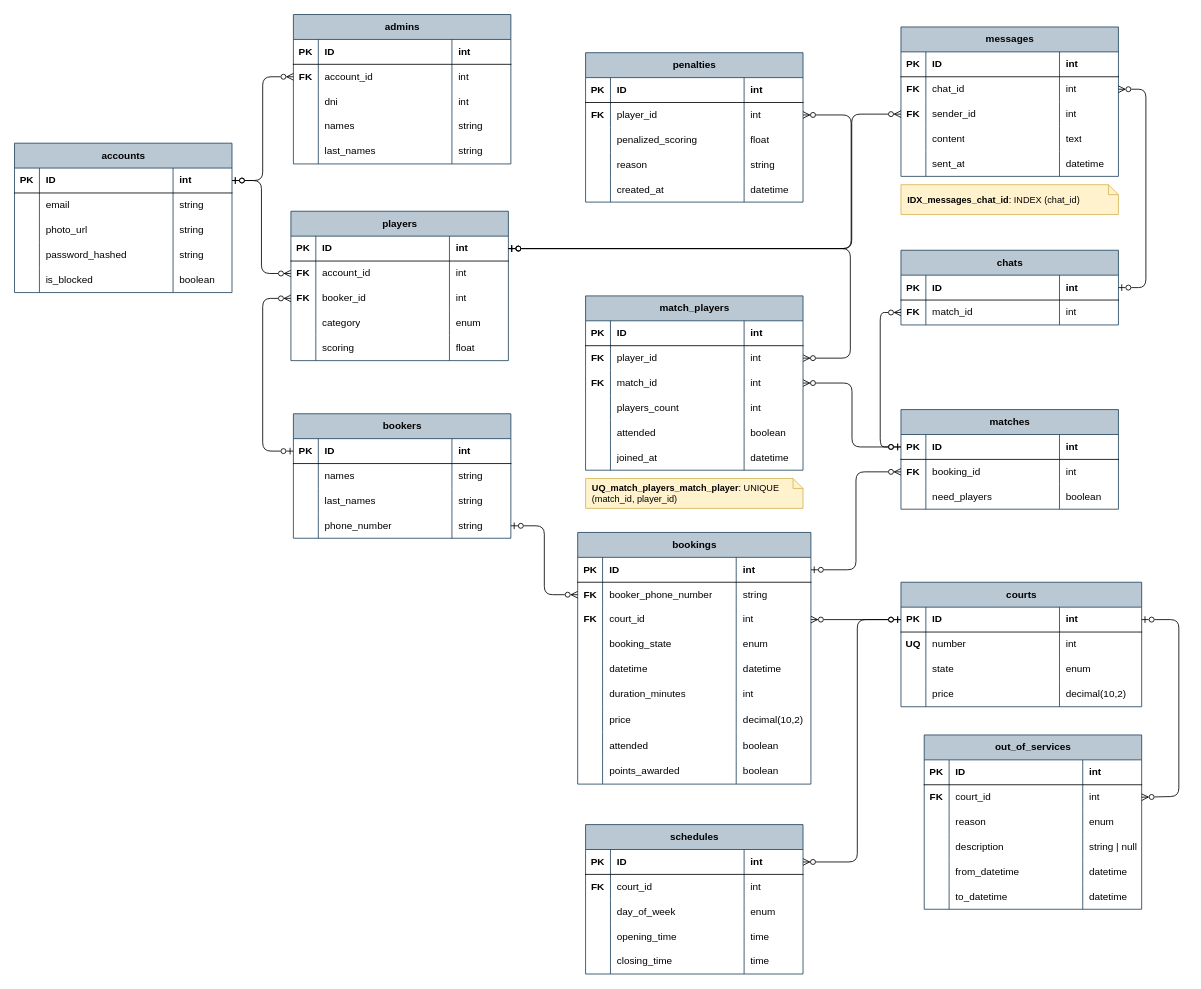
JoacoMazza/padel-quento keeps this draw.io diagram as docs/der/DER Padel Quento.drawio. Above is the earlier version. Source tidied: cells renumbered, new cells numbered last; positions are measured from the earlier drawing's top-left corner, leaving out a move shared by most shapes. Both pictures are drawn from the tidied source at 83%, with x=0, y=0 at pixel (14, 14).
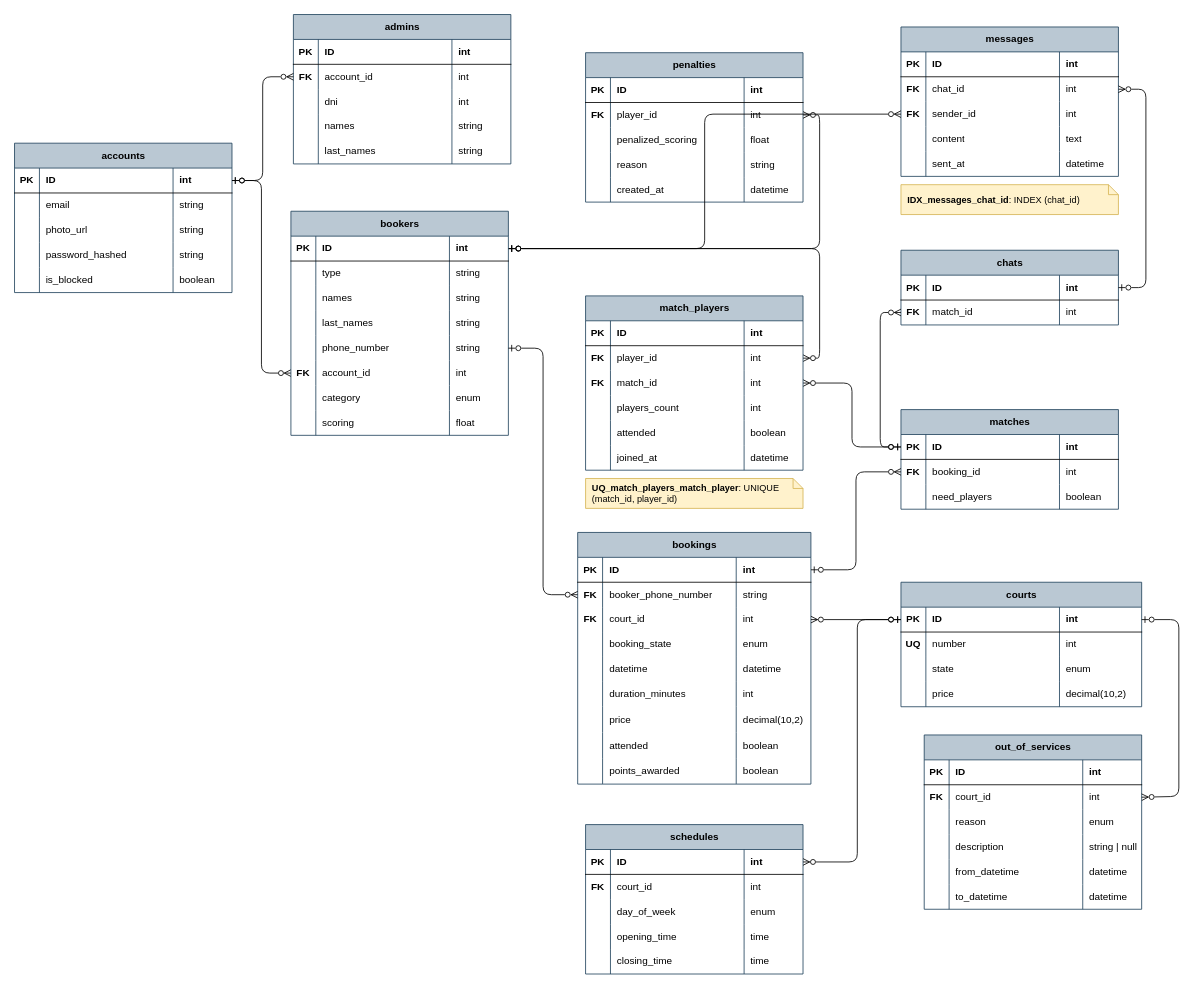
After the change.

The change refers to these unchanged cells:
```xml
<mxCell id="50" style="shape=tableRow;horizontal=0;startSize=0;swimlaneHead=0;swimlaneBody=0;fillColor=none;points=[[0,0.5],[1,0.5]];portConstraint=eastwest;top=0;left=0;right=0;bottom=0;" parent="45" vertex="1">
  <mxGeometry y="60" width="262" height="30" as="geometry" />
</mxCell>
<mxCell id="197" style="shape=tableRow;horizontal=0;startSize=0;swimlaneHead=0;swimlaneBody=0;fillColor=none;points=[[0,0.5],[1,0.5]];portConstraint=eastwest;top=0;left=0;right=0;bottom=0;" parent="188" vertex="1">
  <mxGeometry y="90" width="262" height="30" as="geometry" />
</mxCell>
<mxCell id="220" style="shape=tableRow;horizontal=0;startSize=0;swimlaneHead=0;swimlaneBody=0;fillColor=none;points=[[0,0.5],[1,0.5]];portConstraint=eastwest;top=0;left=0;right=0;bottom=1;" parent="219" vertex="1">
  <mxGeometry y="30" width="262" height="30" as="geometry" />
</mxCell>
<mxCell id="265" style="shape=tableRow;horizontal=0;startSize=0;swimlaneHead=0;swimlaneBody=0;fillColor=none;points=[[0,0.5],[1,0.5]];portConstraint=eastwest;top=0;left=0;right=0;bottom=0;" parent="260" vertex="1">
  <mxGeometry y="60" width="262" height="30" as="geometry" />
</mxCell>
```

The edit, as a diff of the source:
```diff
@@
-    <mxCell id="24" value="players" style="shape=table;startSize=30;childLayout=tableLayout;rowLines=0;fontStyle=1;align=center;html=1;fillColor=#bac8d3;strokeColor=#23445d;" parent="1" vertex="1">
-      <mxGeometry x="333" y="237" width="262" height="180" as="geometry" />
-    </mxCell>
-    <mxCell id="25" style="shape=tableRow;horizontal=0;startSize=0;swimlaneHead=0;swimlaneBody=0;fillColor=none;points=[[0,0.5],[1,0.5]];portConstraint=eastwest;top=0;left=0;right=0;bottom=1;" parent="24" vertex="1">
-      <mxGeometry y="30" width="262" height="30" as="geometry" />
-    </mxCell>
-    <mxCell id="26" value="PK" style="shape=partialRectangle;fillColor=none;top=0;left=0;bottom=0;right=0;fontStyle=1;overflow=hidden;whiteSpace=wrap;html=1;" parent="25" vertex="1">
-      <mxGeometry width="30" height="30" as="geometry" />
-    </mxCell>
-    <mxCell id="27" value="ID" style="shape=partialRectangle;fillColor=none;top=0;left=0;bottom=0;right=0;align=left;spacingLeft=6;fontStyle=1;overflow=hidden;whiteSpace=wrap;html=1;" parent="25" vertex="1">
-      <mxGeometry x="30" width="161" height="30" as="geometry" />
-    </mxCell>
-    <mxCell id="28" value="int" style="shape=partialRectangle;fillColor=none;top=0;left=0;bottom=0;right=0;align=left;spacingLeft=6;fontStyle=1;overflow=hidden;whiteSpace=wrap;html=1;" parent="25" vertex="1">
-      <mxGeometry x="191" width="71" height="30" as="geometry" />
-    </mxCell>
-    <mxCell id="29" style="shape=tableRow;horizontal=0;startSize=0;swimlaneHead=0;swimlaneBody=0;fillColor=none;points=[[0,0.5],[1,0.5]];portConstraint=eastwest;top=0;left=0;right=0;bottom=0;" parent="24" vertex="1">
-      <mxGeometry y="60" width="262" height="30" as="geometry" />
+    <mxCell id="29" style="shape=tableRow;horizontal=0;startSize=0;swimlaneHead=0;swimlaneBody=0;fillColor=none;points=[[0,0.5],[1,0.5]];portConstraint=eastwest;top=0;left=0;right=0;bottom=0;" parent="219" vertex="1">
+      <mxGeometry y="180" width="262" height="30" as="geometry" />
     </mxCell>
@@
-    <mxCell id="33" style="shape=tableRow;horizontal=0;startSize=0;swimlaneHead=0;swimlaneBody=0;fillColor=none;points=[[0,0.5],[1,0.5]];portConstraint=eastwest;top=0;left=0;right=0;bottom=0;" parent="24" vertex="1">
-      <mxGeometry y="90" width="262" height="30" as="geometry" />
-    </mxCell>
-    <mxCell id="34" value="FK" style="shape=partialRectangle;fillColor=none;top=0;left=0;bottom=0;right=0;overflow=hidden;whiteSpace=wrap;html=1;fontStyle=1;" parent="33" vertex="1">
-      <mxGeometry width="30" height="30" as="geometry" />
-    </mxCell>
-    <mxCell id="35" value="booker_id&lt;span style=&quot;white-space: pre;&quot;&gt;&#9;&lt;/span&gt;" style="shape=partialRectangle;fillColor=none;top=0;left=0;bottom=0;right=0;align=left;spacingLeft=6;overflow=hidden;whiteSpace=wrap;html=1;" parent="33" vertex="1">
-      <mxGeometry x="30" width="161" height="30" as="geometry" />
-    </mxCell>
-    <mxCell id="36" value="int" style="shape=partialRectangle;fillColor=none;top=0;left=0;bottom=0;right=0;align=left;spacingLeft=6;overflow=hidden;whiteSpace=wrap;html=1;" parent="33" vertex="1">
-      <mxGeometry x="191" width="71" height="30" as="geometry" />
-    </mxCell>
-    <mxCell id="37" style="shape=tableRow;horizontal=0;startSize=0;swimlaneHead=0;swimlaneBody=0;fillColor=none;top=0;left=0;right=0;bottom=0;" parent="24" vertex="1">
-      <mxGeometry y="120" width="262" height="30" as="geometry" />
+    <mxCell id="37" style="shape=tableRow;horizontal=0;startSize=0;swimlaneHead=0;swimlaneBody=0;fillColor=none;top=0;left=0;right=0;bottom=0;" parent="219" vertex="1">
+      <mxGeometry y="210" width="262" height="30" as="geometry" />
     </mxCell>
@@
-    <mxCell id="41" style="shape=tableRow;horizontal=0;startSize=0;swimlaneHead=0;swimlaneBody=0;fillColor=none;top=0;left=0;right=0;bottom=0;" parent="24" vertex="1">
-      <mxGeometry y="150" width="262" height="30" as="geometry" />
+    <mxCell id="41" style="shape=tableRow;horizontal=0;startSize=0;swimlaneHead=0;swimlaneBody=0;fillColor=none;top=0;left=0;right=0;bottom=0;" parent="219" vertex="1">
+      <mxGeometry y="240" width="262" height="30" as="geometry" />
     </mxCell>
@@
-    <mxCell id="211" style="edgeStyle=orthogonalEdgeStyle;rounded=1;jettySize=auto;html=1;exitX=1;exitY=0.5;exitDx=0;exitDy=0;startArrow=ERzeroToOne;startFill=0;endArrow=ERzeroToMany;endFill=0;curved=0;entryX=1;entryY=0.5;entryDx=0;entryDy=0;" parent="1" edge="1" source="25" target="265">
-      <mxGeometry relative="1" as="geometry">
-        <Array as="points">
-          <mxPoint x="1007" y="282.1" />
-          <mxPoint x="1007" y="413.9" />
-        </Array>
-      </mxGeometry>
+    <mxCell id="211" style="edgeStyle=orthogonalEdgeStyle;rounded=1;jettySize=auto;html=1;exitX=1;exitY=0.5;exitDx=0;exitDy=0;startArrow=ERzeroToOne;startFill=0;endArrow=ERzeroToMany;endFill=0;curved=0;entryX=1;entryY=0.5;entryDx=0;entryDy=0;" parent="1" edge="1" source="220" target="265">
+      <mxGeometry relative="1" as="geometry" />
     </mxCell>
-    <mxCell id="212" style="edgeStyle=orthogonalEdgeStyle;rounded=1;jettySize=auto;html=1;exitX=1;exitY=0.5;exitDx=0;exitDy=0;entryX=1;entryY=0.5;entryDx=0;entryDy=0;endArrow=ERzeroToMany;endFill=0;startArrow=ERzeroToOne;startFill=0;curved=0;" parent="1" edge="1" source="25" target="50">
-      <mxGeometry relative="1" as="geometry">
-        <Array as="points">
-          <mxPoint x="1008" y="282.1" />
-          <mxPoint x="1008" y="121" />
-        </Array>
-      </mxGeometry>
+    <mxCell id="212" style="edgeStyle=orthogonalEdgeStyle;rounded=1;jettySize=auto;html=1;exitX=1;exitY=0.5;exitDx=0;exitDy=0;entryX=1;entryY=0.5;entryDx=0;entryDy=0;endArrow=ERzeroToMany;endFill=0;startArrow=ERzeroToOne;startFill=0;curved=0;" parent="1" edge="1" source="220" target="50">
+      <mxGeometry relative="1" as="geometry" />
     </mxCell>
-    <mxCell id="213" style="edgeStyle=orthogonalEdgeStyle;rounded=1;jettySize=auto;html=1;exitX=1;exitY=0.5;exitDx=0;exitDy=0;entryX=0;entryY=0.5;entryDx=0;entryDy=0;endArrow=ERzeroToMany;endFill=0;startArrow=ERzeroToOne;startFill=0;curved=0;" parent="1" edge="1" source="25" target="197">
-      <mxGeometry relative="1" as="geometry">
-        <Array as="points">
-          <mxPoint x="1008.7" y="282" />
-          <mxPoint x="1008.7" y="120" />
-        </Array>
-      </mxGeometry>
+    <mxCell id="213" style="edgeStyle=orthogonalEdgeStyle;rounded=1;jettySize=auto;html=1;exitX=1;exitY=0.5;exitDx=0;exitDy=0;entryX=0;entryY=0.5;entryDx=0;entryDy=0;endArrow=ERzeroToMany;endFill=0;startArrow=ERzeroToOne;startFill=0;curved=0;" parent="1" edge="1" source="220" target="197">
+      <mxGeometry relative="1" as="geometry" />
     </mxCell>
@@
     <mxCell id="219" value="bookers" style="shape=table;startSize=30;childLayout=tableLayout;rowLines=0;fontStyle=1;align=center;html=1;fillColor=#bac8d3;strokeColor=#23445d;" parent="1" vertex="1">
-      <mxGeometry x="336" y="481" width="262" height="150" as="geometry" />
+      <mxGeometry x="333" y="237" width="262" height="270" as="geometry" />
     </mxCell>
@@
+    <mxCell id="287" style="shape=tableRow;horizontal=0;startSize=0;swimlaneHead=0;swimlaneBody=0;fillColor=none;top=0;left=0;right=0;bottom=0;" parent="219" vertex="1">
+      <mxGeometry y="60" width="262" height="30" as="geometry" />
+    </mxCell>
+    <mxCell id="288" style="shape=partialRectangle;fillColor=none;top=0;left=0;bottom=0;right=0;overflow=hidden;whiteSpace=wrap;html=1;" parent="287" vertex="1">
+      <mxGeometry width="30" height="30" as="geometry" />
+    </mxCell>
+    <mxCell id="289" value="type" style="shape=partialRectangle;fillColor=none;top=0;left=0;bottom=0;right=0;align=left;spacingLeft=6;overflow=hidden;whiteSpace=wrap;html=1;" parent="287" vertex="1">
+      <mxGeometry x="30" width="161" height="30" as="geometry" />
+    </mxCell>
+    <mxCell id="290" value="string" style="shape=partialRectangle;fillColor=none;top=0;left=0;bottom=0;right=0;align=left;spacingLeft=6;overflow=hidden;whiteSpace=wrap;html=1;" parent="287" vertex="1">
+      <mxGeometry x="191" width="71" height="30" as="geometry" />
+    </mxCell>
     <mxCell id="224" style="shape=tableRow;horizontal=0;startSize=0;swimlaneHead=0;swimlaneBody=0;fillColor=none;top=0;left=0;right=0;bottom=0;" parent="219" vertex="1">
-      <mxGeometry y="60" width="262" height="30" as="geometry" />
+      <mxGeometry y="90" width="262" height="30" as="geometry" />
     </mxCell>
@@
     <mxCell id="228" style="shape=tableRow;horizontal=0;startSize=0;swimlaneHead=0;swimlaneBody=0;fillColor=none;top=0;left=0;right=0;bottom=0;" parent="219" vertex="1">
-      <mxGeometry y="90" width="262" height="30" as="geometry" />
+      <mxGeometry y="120" width="262" height="30" as="geometry" />
     </mxCell>
@@
     <mxCell id="232" style="shape=tableRow;horizontal=0;startSize=0;swimlaneHead=0;swimlaneBody=0;fillColor=none;points=[[0,0.5],[1,0.5]];portConstraint=eastwest;top=0;left=0;right=0;bottom=0;" parent="219" vertex="1">
-      <mxGeometry y="120" width="262" height="30" as="geometry" />
+      <mxGeometry y="150" width="262" height="30" as="geometry" />
     </mxCell>
@@
-    <mxCell id="236" style="endArrow=ERzeroToMany;html=1;rounded=1;entryX=0;entryY=0.5;entryDx=0;entryDy=0;edgeStyle=orthogonalEdgeStyle;curved=0;startArrow=ERzeroToOne;startFill=0;endFill=0;exitX=0;exitY=0.5;exitDx=0;exitDy=0;" parent="1" edge="1" source="220" target="33">
-      <mxGeometry relative="1" as="geometry">
-        <Array as="points">
-          <mxPoint x="299" y="526" />
-          <mxPoint x="299" y="342" />
-        </Array>
-      </mxGeometry>
-    </mxCell>
```
